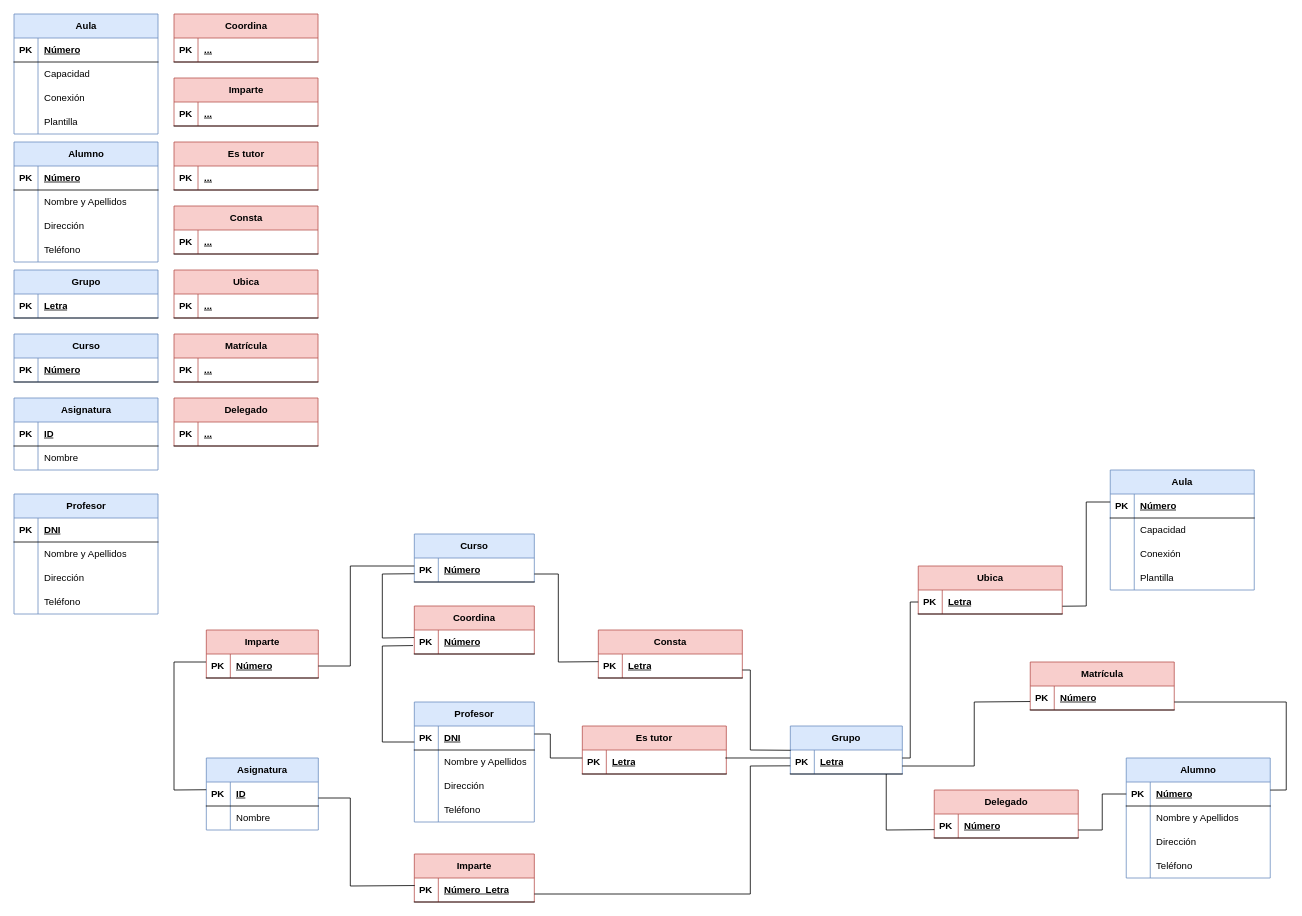
Earlier version of the draw.io diagram Ejercicio calificable Docente (MR-2) Requisitos de finalización.drawio (Angel170605/BAE). Source tidied: cells renumbered, new cells numbered last; positions are measured from the earlier drawing's top-left corner, leaving out a move shared by most shapes. Both pictures are drawn from the tidied source at 80%, with x=0, y=0 at pixel (14, 14).
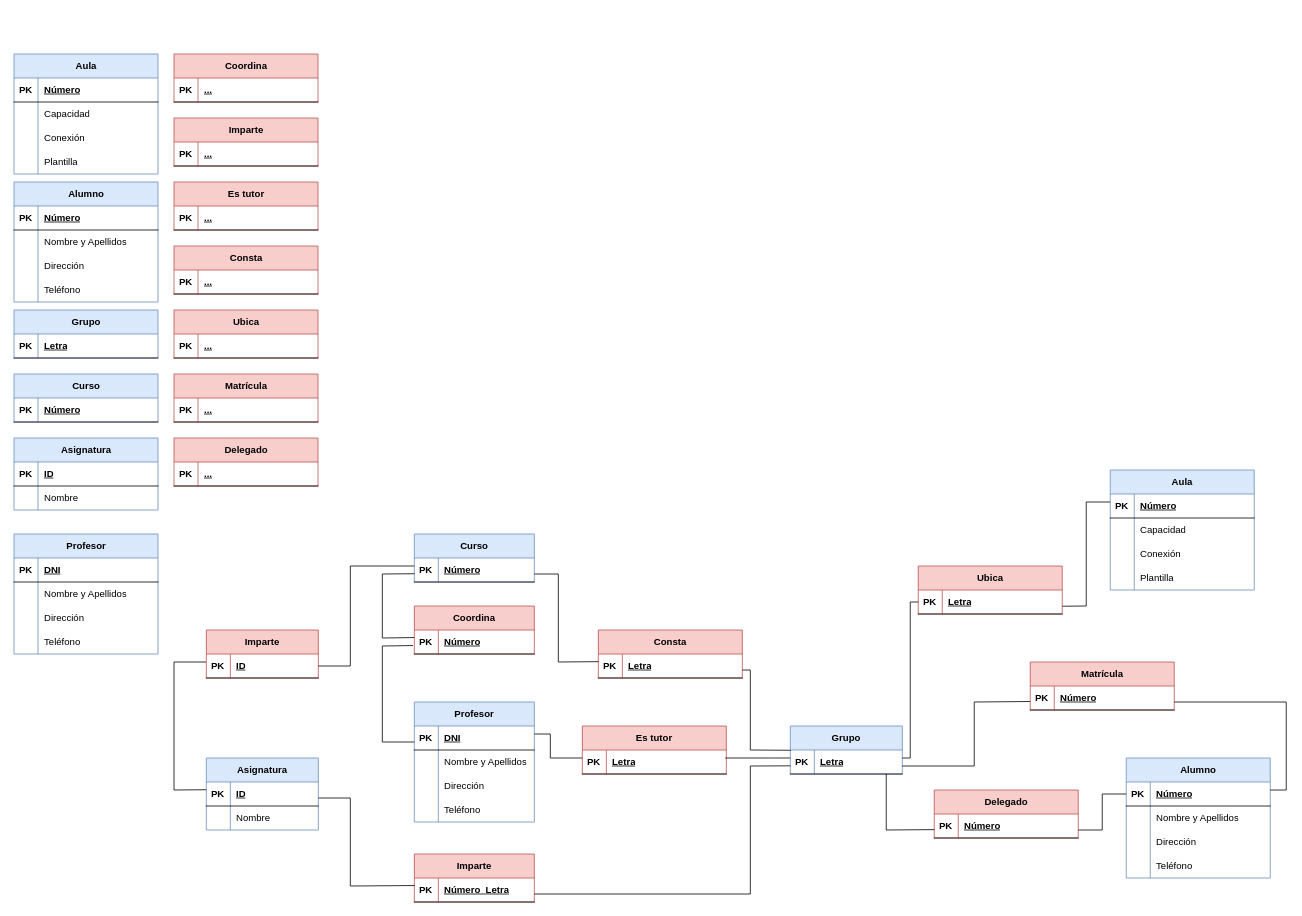
Above is the later version.

The change refers to these unchanged cells:
```xml
<mxCell id="165" style="shape=tableRow;horizontal=0;startSize=0;swimlaneHead=0;swimlaneBody=0;fillColor=none;points=[[0,0.5],[1,0.5]];portConstraint=eastwest;top=0;left=0;right=0;bottom=1;" parent="164" vertex="1">
  <mxGeometry y="30" width="140" height="30" as="geometry" />
</mxCell>
```

Diff of the diagram source:
```diff
@@
     <mxCell id="2" value="Aula" style="shape=table;startSize=30;childLayout=tableLayout;rowLines=0;fontStyle=1;align=center;html=1;fillColor=#dae8fc;strokeColor=#6c8ebf;" parent="1" vertex="1">
-      <mxGeometry width="180" height="150" as="geometry" />
+      <mxGeometry y="50" width="180" height="150" as="geometry" />
     </mxCell>
@@
     <mxCell id="15" value="Alumno" style="shape=table;startSize=30;childLayout=tableLayout;rowLines=0;fontStyle=1;align=center;html=1;fillColor=#dae8fc;strokeColor=#6c8ebf;" parent="1" vertex="1">
-      <mxGeometry y="160" width="180" height="150" as="geometry" />
+      <mxGeometry y="210" width="180" height="150" as="geometry" />
     </mxCell>
@@
     <mxCell id="28" value="Grupo" style="shape=table;startSize=30;childLayout=tableLayout;rowLines=0;fontStyle=1;align=center;html=1;fillColor=#dae8fc;strokeColor=#6c8ebf;" parent="1" vertex="1">
-      <mxGeometry y="320" width="180" height="60" as="geometry" />
+      <mxGeometry y="370" width="180" height="60" as="geometry" />
     </mxCell>
@@
     <mxCell id="32" value="Curso" style="shape=table;startSize=30;childLayout=tableLayout;rowLines=0;fontStyle=1;align=center;html=1;fillColor=#dae8fc;strokeColor=#6c8ebf;" parent="1" vertex="1">
-      <mxGeometry y="400" width="180" height="60" as="geometry" />
+      <mxGeometry y="450" width="180" height="60" as="geometry" />
     </mxCell>
@@
     <mxCell id="36" value="Asignatura" style="shape=table;startSize=30;childLayout=tableLayout;rowLines=0;fontStyle=1;align=center;html=1;fillColor=#dae8fc;strokeColor=#6c8ebf;" parent="1" vertex="1">
-      <mxGeometry y="480" width="180" height="90" as="geometry" />
+      <mxGeometry y="530" width="180" height="90" as="geometry" />
     </mxCell>
@@
     <mxCell id="43" value="Profesor" style="shape=table;startSize=30;childLayout=tableLayout;rowLines=0;fontStyle=1;align=center;html=1;fillColor=#dae8fc;strokeColor=#6c8ebf;" parent="1" vertex="1">
-      <mxGeometry y="600" width="180" height="150" as="geometry" />
+      <mxGeometry y="650" width="180" height="150" as="geometry" />
     </mxCell>
@@
     <mxCell id="56" value="Coordina" style="shape=table;startSize=30;childLayout=tableLayout;rowLines=0;fontStyle=1;align=center;html=1;fillColor=#f8cecc;strokeColor=#b85450;" parent="1" vertex="1">
-      <mxGeometry x="200" width="180" height="60" as="geometry" />
+      <mxGeometry x="200" y="50" width="180" height="60" as="geometry" />
     </mxCell>
@@
     <mxCell id="60" value="Imparte" style="shape=table;startSize=30;childLayout=tableLayout;rowLines=0;fontStyle=1;align=center;html=1;fillColor=#f8cecc;strokeColor=#b85450;" parent="1" vertex="1">
-      <mxGeometry x="200" y="80" width="180" height="60" as="geometry" />
+      <mxGeometry x="200" y="130" width="180" height="60" as="geometry" />
     </mxCell>
@@
     <mxCell id="64" value="Es tutor" style="shape=table;startSize=30;childLayout=tableLayout;rowLines=0;fontStyle=1;align=center;html=1;fillColor=#f8cecc;strokeColor=#b85450;" parent="1" vertex="1">
-      <mxGeometry x="200" y="160" width="180" height="60" as="geometry" />
+      <mxGeometry x="200" y="210" width="180" height="60" as="geometry" />
     </mxCell>
@@
     <mxCell id="68" value="Consta" style="shape=table;startSize=30;childLayout=tableLayout;rowLines=0;fontStyle=1;align=center;html=1;fillColor=#f8cecc;strokeColor=#b85450;" parent="1" vertex="1">
-      <mxGeometry x="200" y="240" width="180" height="60" as="geometry" />
+      <mxGeometry x="200" y="290" width="180" height="60" as="geometry" />
     </mxCell>
@@
     <mxCell id="72" value="Ubica" style="shape=table;startSize=30;childLayout=tableLayout;rowLines=0;fontStyle=1;align=center;html=1;fillColor=#f8cecc;strokeColor=#b85450;" parent="1" vertex="1">
-      <mxGeometry x="200" y="320" width="180" height="60" as="geometry" />
+      <mxGeometry x="200" y="370" width="180" height="60" as="geometry" />
     </mxCell>
@@
     <mxCell id="76" value="Matrícula" style="shape=table;startSize=30;childLayout=tableLayout;rowLines=0;fontStyle=1;align=center;html=1;fillColor=#f8cecc;strokeColor=#b85450;" parent="1" vertex="1">
-      <mxGeometry x="200" y="400" width="180" height="60" as="geometry" />
+      <mxGeometry x="200" y="450" width="180" height="60" as="geometry" />
     </mxCell>
@@
     <mxCell id="80" value="Delegado" style="shape=table;startSize=30;childLayout=tableLayout;rowLines=0;fontStyle=1;align=center;html=1;fillColor=#f8cecc;strokeColor=#b85450;" parent="1" vertex="1">
-      <mxGeometry x="200" y="480" width="180" height="60" as="geometry" />
+      <mxGeometry x="200" y="530" width="180" height="60" as="geometry" />
     </mxCell>
@@
-    <mxCell id="164" value="Imparte" style="shape=table;startSize=30;childLayout=tableLayout;rowLines=0;fontStyle=1;align=center;html=1;fillColor=#f8cecc;strokeColor=#b85450;" parent="1" vertex="1">
+    <mxCell id="164" value="Imparte" style="shape=table;startSize=30;childLayout=tableLayout;rowLines=0;fontStyle=1;align=center;html=1;fillColor=#f8cecc;strokeColor=#b85450;rounded=0;shadow=0;swimlaneLine=1;" parent="1" vertex="1">
       <mxGeometry x="240.4" y="770" width="140" height="60" as="geometry" />
     </mxCell>
@@
-    <mxCell id="167" value="Número " style="shape=partialRectangle;fillColor=none;top=0;left=0;bottom=0;right=0;align=left;spacingLeft=6;fontStyle=5;overflow=hidden;whiteSpace=wrap;html=1;" parent="165" vertex="1">
+    <mxCell id="167" value="ID" style="shape=partialRectangle;fillColor=none;top=0;left=0;bottom=0;right=0;align=left;spacingLeft=6;fontStyle=5;overflow=hidden;whiteSpace=wrap;html=1;" parent="165" vertex="1">
       <mxGeometry x="30" width="110" height="30" as="geometry" />
     </mxCell>
```
